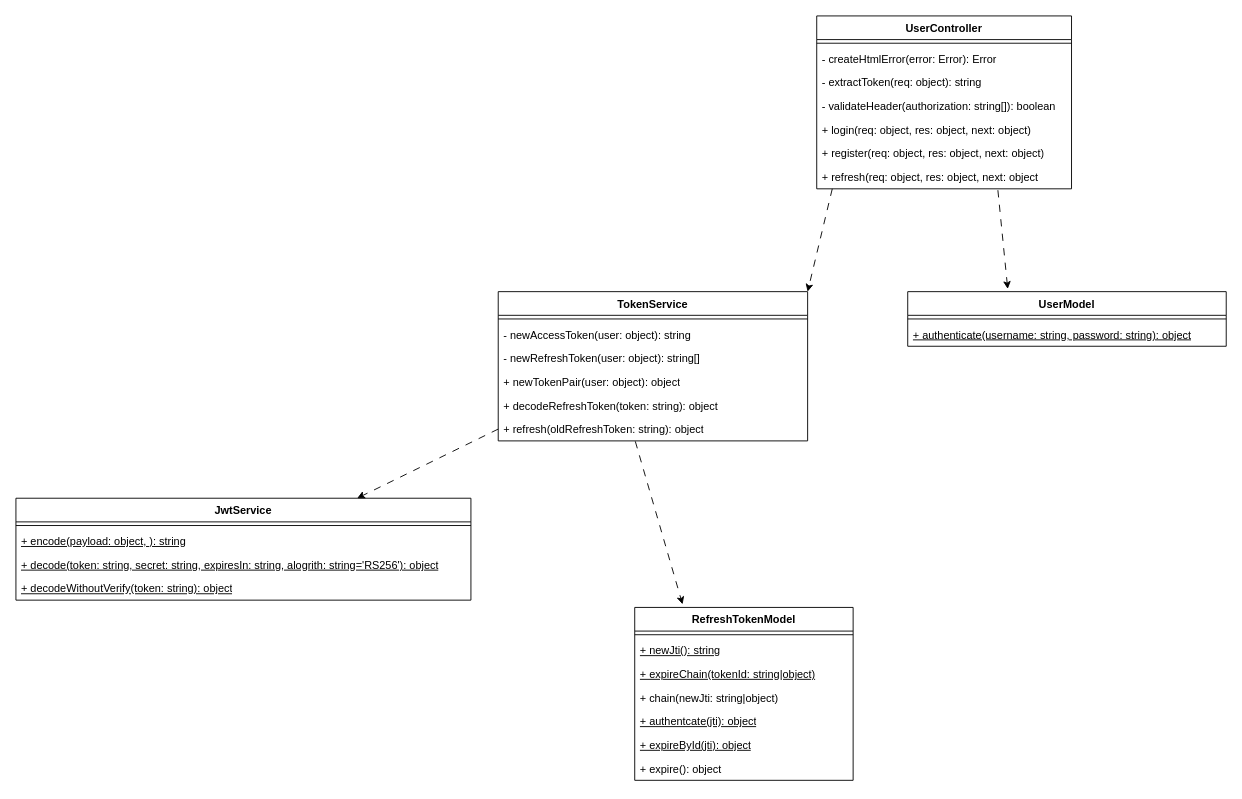
Earlier version of the draw.io diagram .readme/class_diagram.drawio (JuliaLind/1dv613-auth-server). Source tidied: cells renumbered, new cells numbered last; positions are measured from the earlier drawing's top-left corner, leaving out a move shared by most shapes. Both pictures are drawn from the tidied source at 91%, with x=0, y=0 at pixel (15, 15).
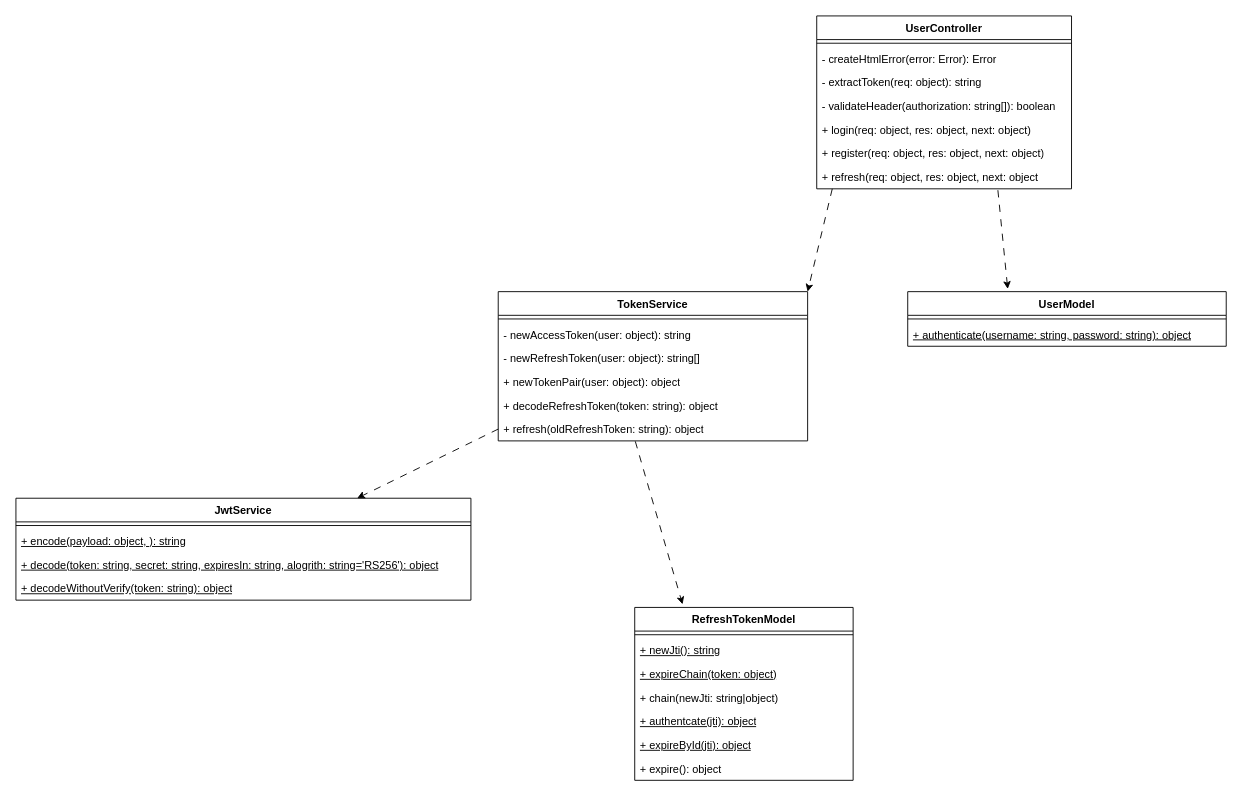
The same page after the edit.

Commit message (it also covers changes not shown here):
Update class diagram, add test suite for RefreshTokenModel

The change refers to these unchanged cells:
```xml
<mxCell id="18" value="RefreshTokenModel" style="swimlane;fontStyle=1;align=center;verticalAlign=top;horizontal=1;startSize=26;whiteSpace=wrap;html=1;" parent="1" vertex="1">
  <mxGeometry x="680" y="650" width="240" height="190" as="geometry" />
</mxCell>
```

Change to the diagram source:
```diff
@@
-    <mxCell id="21" value="+ expireChain(tokenId: string|object)" style="text;strokeColor=none;fillColor=none;align=left;verticalAlign=top;spacingLeft=4;spacingRight=4;overflow=hidden;whiteSpace=wrap;html=1;fontStyle=4;" parent="18" vertex="1">
+    <mxCell id="21" value="+ expireChain(token: object)" style="text;strokeColor=none;fillColor=none;align=left;verticalAlign=top;spacingLeft=4;spacingRight=4;overflow=hidden;whiteSpace=wrap;html=1;fontStyle=4;" parent="18" vertex="1">
       <mxGeometry y="60" width="240" height="26" as="geometry" />
     </mxCell>
```
